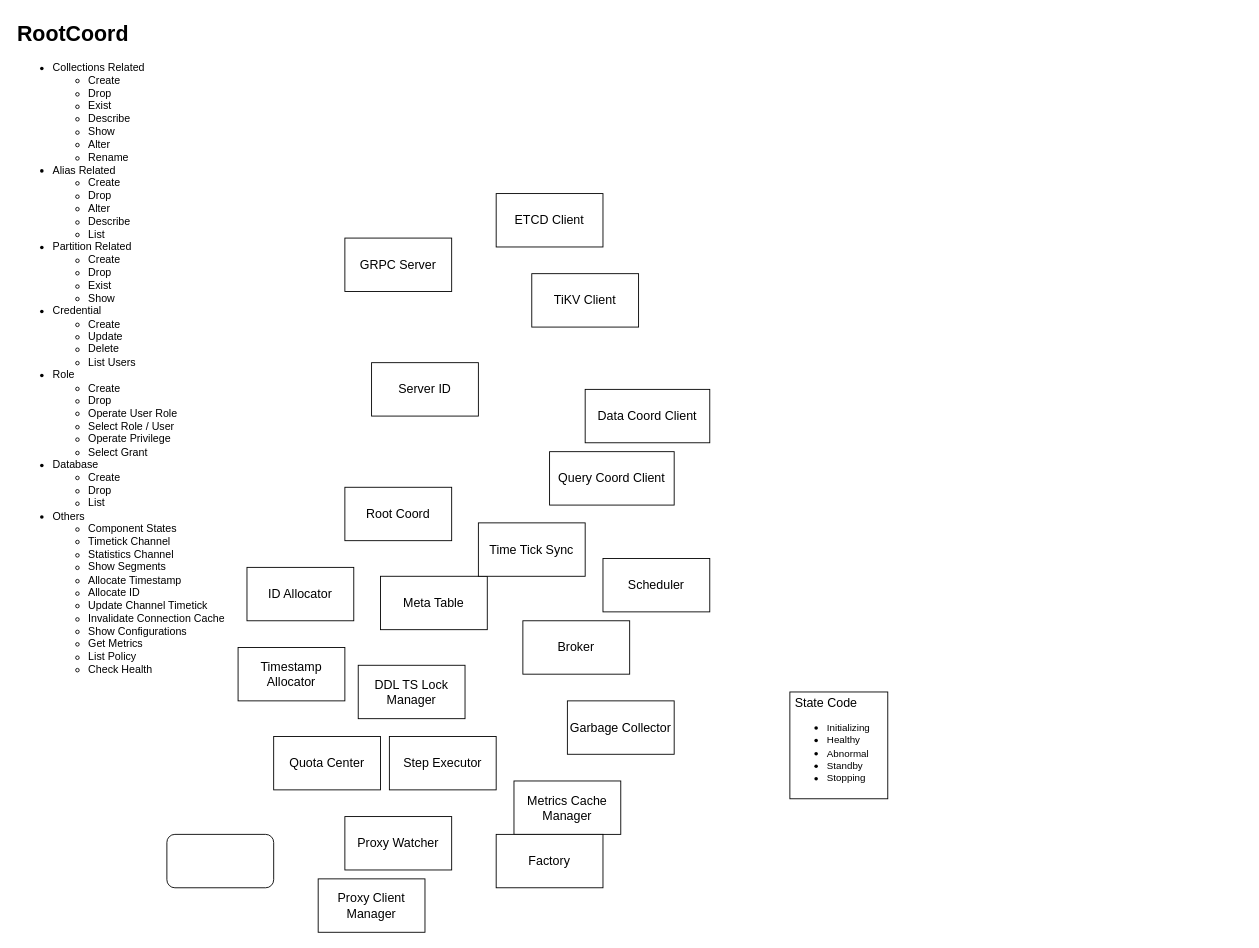
Earlier version of the draw.io diagram MilvusServer.drawio (Reidddddd/drawing). Source tidied: cells renumbered, new cells numbered last; positions are measured from the earlier drawing's top-left corner, leaving out a move shared by most shapes. Both pictures are drawn from the tidied source at 89%, with x=0, y=0 at pixel (15, 15).
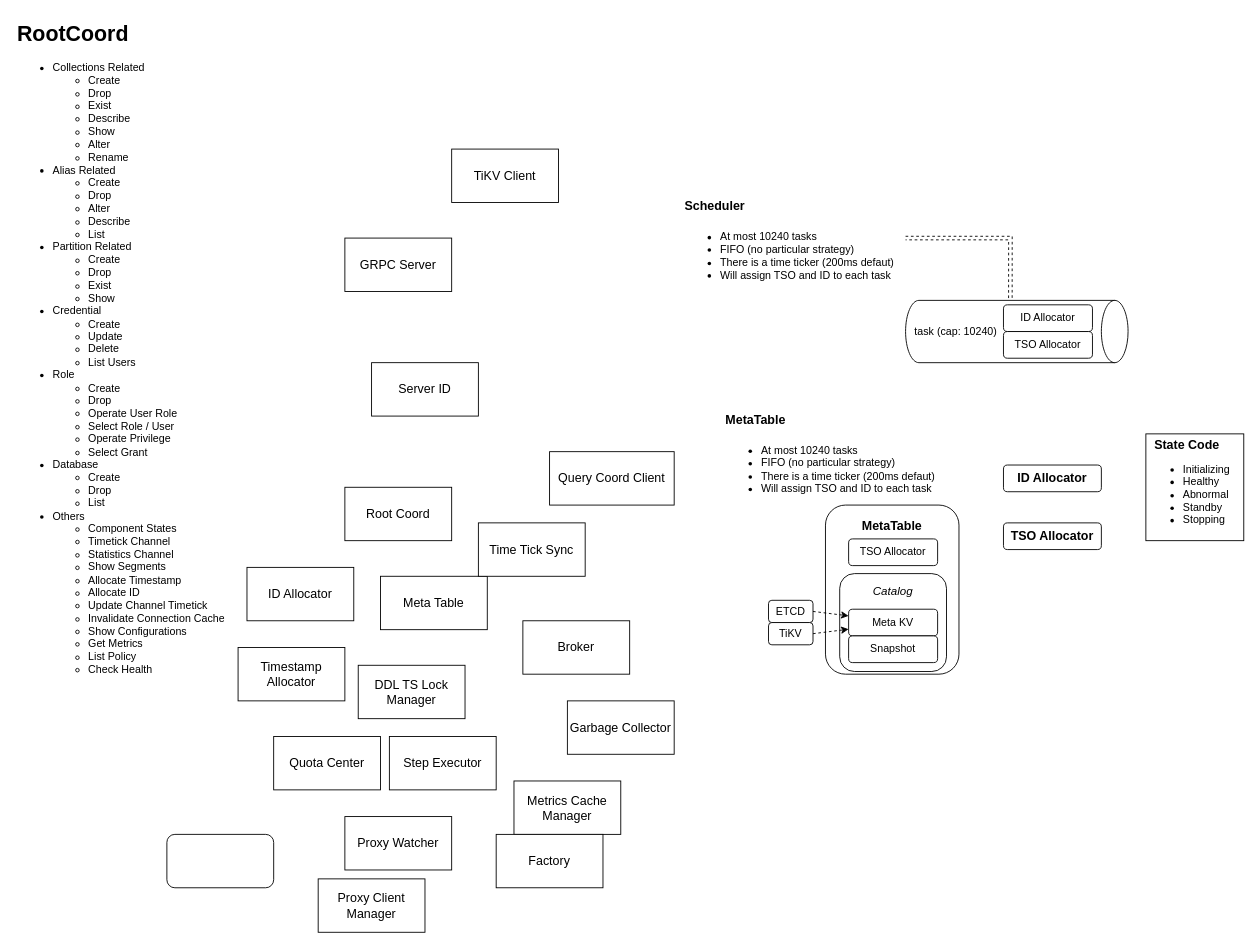
The same diagram, later.

Commit message:
Scheduler deconstruct completed, working on MetaTable

The edit, as a diff of the source:
```diff
@@
+    <mxCell id="26" value="&lt;div&gt;&lt;b style=&quot;&quot;&gt;&lt;font style=&quot;font-size: 14px;&quot;&gt;MetaTable&lt;/font&gt;&lt;/b&gt;&lt;/div&gt;&lt;div&gt;&lt;b&gt;&lt;br&gt;&lt;/b&gt;&lt;/div&gt;&lt;div&gt;&lt;b&gt;&lt;br&gt;&lt;/b&gt;&lt;/div&gt;&lt;div&gt;&lt;b&gt;&lt;br&gt;&lt;/b&gt;&lt;/div&gt;&lt;div&gt;&lt;br&gt;&lt;/div&gt;&lt;div&gt;&lt;br&gt;&lt;/div&gt;&lt;div&gt;&lt;br&gt;&lt;/div&gt;&lt;div&gt;&lt;br&gt;&lt;/div&gt;&lt;div&gt;&lt;br&gt;&lt;/div&gt;&lt;div&gt;&lt;br&gt;&lt;/div&gt;&lt;div&gt;&lt;br&gt;&lt;/div&gt;" style="rounded=1;whiteSpace=wrap;html=1;" parent="1" vertex="1">
+      <mxGeometry x="910" y="550" width="150" height="190" as="geometry" />
+    </mxCell>
+    <mxCell id="27" value="&lt;font style=&quot;font-size: 13px;&quot;&gt;&lt;i&gt;Catalog&lt;/i&gt;&lt;/font&gt;&lt;div&gt;&lt;b&gt;&lt;br&gt;&lt;/b&gt;&lt;/div&gt;&lt;div&gt;&lt;b&gt;&lt;br&gt;&lt;/b&gt;&lt;/div&gt;&lt;div&gt;&lt;b&gt;&lt;br&gt;&lt;/b&gt;&lt;/div&gt;&lt;div&gt;&lt;b&gt;&lt;br&gt;&lt;/b&gt;&lt;/div&gt;&lt;div&gt;&lt;br&gt;&lt;/div&gt;" style="rounded=1;whiteSpace=wrap;html=1;" parent="1" vertex="1">
+      <mxGeometry x="926" y="627" width="120" height="110" as="geometry" />
+    </mxCell>
@@
-    <mxCell id="6" value="&lt;font style=&quot;font-size: 14px;&quot;&gt;ETCD Client&lt;/font&gt;" style="rounded=0;whiteSpace=wrap;html=1;" parent="1" vertex="1">
-      <mxGeometry x="540" y="200" width="120" height="60" as="geometry" />
-    </mxCell>
     <mxCell id="7" value="&lt;font style=&quot;font-size: 14px;&quot;&gt;TiKV Client&lt;/font&gt;" style="rounded=0;whiteSpace=wrap;html=1;" parent="1" vertex="1">
-      <mxGeometry x="580" y="290" width="120" height="60" as="geometry" />
+      <mxGeometry x="490" y="150" width="120" height="60" as="geometry" />
     </mxCell>
-    <mxCell id="8" value="&lt;font style=&quot;font-size: 14px;&quot;&gt;Data Coord Client&lt;/font&gt;" style="rounded=0;whiteSpace=wrap;html=1;" parent="1" vertex="1">
-      <mxGeometry x="640" y="420" width="140" height="60" as="geometry" />
-    </mxCell>
@@
-    <mxCell id="11" value="&lt;font style=&quot;font-size: 14px;&quot;&gt;Scheduler&lt;/font&gt;" style="rounded=0;whiteSpace=wrap;html=1;" parent="1" vertex="1">
-      <mxGeometry x="660" y="610" width="120" height="60" as="geometry" />
-    </mxCell>
@@
-    <mxCell id="23" value="&lt;font style=&quot;font-size: 14px;&quot;&gt;&amp;nbsp;State Code&lt;/font&gt;&lt;div&gt;&lt;ul&gt;&lt;li&gt;&lt;font style=&quot;font-size: 11px;&quot;&gt;Initializing&lt;/font&gt;&lt;/li&gt;&lt;li&gt;&lt;font style=&quot;font-size: 11px;&quot;&gt;Healthy&lt;/font&gt;&lt;/li&gt;&lt;li&gt;&lt;font style=&quot;font-size: 11px;&quot;&gt;Abnormal&lt;/font&gt;&lt;/li&gt;&lt;li&gt;&lt;font style=&quot;font-size: 11px;&quot;&gt;Standby&lt;/font&gt;&lt;/li&gt;&lt;li&gt;&lt;font style=&quot;font-size: 11px;&quot;&gt;Stopping&lt;/font&gt;&lt;/li&gt;&lt;/ul&gt;&lt;/div&gt;" style="rounded=0;whiteSpace=wrap;html=1;align=left;" parent="1" vertex="1">
-      <mxGeometry x="870" y="760" width="110" height="120" as="geometry" />
+    <mxCell id="23" value="&lt;font style=&quot;font-size: 14px;&quot;&gt;&amp;nbsp; &lt;/font&gt;&lt;font style=&quot;font-size: 14px;&quot;&gt;&lt;b&gt;State Code&lt;/b&gt;&lt;/font&gt;&lt;div&gt;&lt;ul&gt;&lt;li&gt;&lt;font style=&quot;font-size: 12px;&quot;&gt;Initializing&lt;/font&gt;&lt;/li&gt;&lt;li&gt;&lt;font style=&quot;font-size: 12px;&quot;&gt;Healthy&lt;/font&gt;&lt;/li&gt;&lt;li&gt;&lt;font style=&quot;font-size: 12px;&quot;&gt;Abnormal&lt;/font&gt;&lt;/li&gt;&lt;li&gt;&lt;font style=&quot;font-size: 12px;&quot;&gt;Standby&lt;/font&gt;&lt;/li&gt;&lt;li&gt;&lt;font style=&quot;font-size: 12px;&quot;&gt;Stopping&lt;/font&gt;&lt;/li&gt;&lt;/ul&gt;&lt;/div&gt;" style="rounded=0;whiteSpace=wrap;html=1;align=left;" parent="1" vertex="1">
+      <mxGeometry x="1270" y="470" width="110" height="120" as="geometry" />
     </mxCell>
@@
+    <mxCell id="28" value="&amp;nbsp;task (cap: 10240)" style="shape=cylinder3;whiteSpace=wrap;html=1;boundedLbl=1;backgroundOutline=1;size=15;direction=south;align=left;" parent="1" vertex="1">
+      <mxGeometry x="1000" y="320" width="250" height="70" as="geometry" />
+    </mxCell>
+    <mxCell id="29" value="&lt;h1 style=&quot;margin-top: 0px;&quot;&gt;&lt;font style=&quot;font-size: 14px;&quot;&gt;Scheduler&lt;/font&gt;&lt;/h1&gt;&lt;p&gt;&lt;/p&gt;&lt;ul&gt;&lt;li&gt;At most 10240 tasks&lt;/li&gt;&lt;li&gt;FIFO (no particular strategy)&lt;/li&gt;&lt;li&gt;There is a time ticker (200ms defaut)&lt;/li&gt;&lt;li&gt;Will assign TSO and ID to each task&lt;/li&gt;&lt;/ul&gt;&lt;p&gt;&lt;/p&gt;" style="text;html=1;whiteSpace=wrap;overflow=hidden;rounded=0;" parent="1" vertex="1">
+      <mxGeometry x="750" y="190" width="250" height="120" as="geometry" />
+    </mxCell>
+    <mxCell id="30" value="&lt;font style=&quot;font-size: 14px;&quot;&gt;&lt;b&gt;ID Allocator&lt;/b&gt;&lt;/font&gt;" style="rounded=1;whiteSpace=wrap;html=1;" parent="1" vertex="1">
+      <mxGeometry x="1110" y="505" width="110" height="30" as="geometry" />
+    </mxCell>
+    <mxCell id="31" value="&lt;font style=&quot;font-size: 14px;&quot;&gt;&lt;b&gt;TSO Allocator&lt;/b&gt;&lt;/font&gt;" style="rounded=1;whiteSpace=wrap;html=1;" parent="1" vertex="1">
+      <mxGeometry x="1110" y="570" width="110" height="30" as="geometry" />
+    </mxCell>
+    <mxCell id="32" style="rounded=0;jettySize=auto;html=1;exitX=1;exitY=0.5;exitDx=0;exitDy=0;entryX=-0.037;entryY=0.529;entryDx=0;entryDy=0;entryPerimeter=0;shape=link;edgeStyle=orthogonalEdgeStyle;dashed=1;" parent="1" edge="1" source="29" target="28">
+      <mxGeometry relative="1" as="geometry" />
+    </mxCell>
+    <mxCell id="33" value="&lt;h1 style=&quot;margin-top: 0px;&quot;&gt;&lt;font style=&quot;font-size: 14px;&quot;&gt;MetaTable&lt;/font&gt;&lt;/h1&gt;&lt;p&gt;&lt;/p&gt;&lt;ul&gt;&lt;li&gt;At most 10240 tasks&lt;/li&gt;&lt;li&gt;FIFO (no particular strategy)&lt;/li&gt;&lt;li&gt;There is a time ticker (200ms defaut)&lt;/li&gt;&lt;li&gt;Will assign TSO and ID to each task&lt;/li&gt;&lt;/ul&gt;&lt;p&gt;&lt;/p&gt;" style="text;html=1;whiteSpace=wrap;overflow=hidden;rounded=0;" parent="1" vertex="1">
+      <mxGeometry x="796" y="430" width="250" height="120" as="geometry" />
+    </mxCell>
+    <mxCell id="34" value="&lt;font style=&quot;font-size: 12px;&quot;&gt;Meta KV&lt;/font&gt;" style="rounded=1;whiteSpace=wrap;html=1;" parent="1" vertex="1">
+      <mxGeometry x="936" y="667" width="100" height="30" as="geometry" />
+    </mxCell>
+    <mxCell id="35" style="rounded=0;jettySize=auto;html=1;exitX=1;exitY=0.5;exitDx=0;exitDy=0;entryX=0;entryY=0.25;entryDx=0;entryDy=0;elbow=vertical;dashed=1;" parent="1" edge="1" source="36" target="34">
+      <mxGeometry relative="1" as="geometry" />
+    </mxCell>
+    <mxCell id="36" value="&lt;font style=&quot;font-size: 12px;&quot;&gt;ETCD&lt;/font&gt;" style="rounded=1;whiteSpace=wrap;html=1;" parent="1" vertex="1">
+      <mxGeometry x="846" y="657" width="50" height="25" as="geometry" />
+    </mxCell>
+    <mxCell id="37" value="&lt;font style=&quot;font-size: 12px;&quot;&gt;TiKV&lt;/font&gt;" style="rounded=1;whiteSpace=wrap;html=1;" parent="1" vertex="1">
+      <mxGeometry x="846" y="682" width="50" height="25" as="geometry" />
+    </mxCell>
+    <mxCell id="38" value="&lt;font style=&quot;font-size: 12px;&quot;&gt;Snapshot&lt;/font&gt;" style="rounded=1;whiteSpace=wrap;html=1;" parent="1" vertex="1">
+      <mxGeometry x="936" y="697" width="100" height="30" as="geometry" />
+    </mxCell>
+    <mxCell id="39" style="rounded=0;jettySize=auto;html=1;exitX=1;exitY=0.5;exitDx=0;exitDy=0;entryX=0;entryY=0.75;entryDx=0;entryDy=0;elbow=vertical;dashed=1;" parent="1" edge="1" source="37" target="34">
+      <mxGeometry relative="1" as="geometry" />
+    </mxCell>
+    <mxCell id="40" value="&lt;font style=&quot;font-size: 12px;&quot;&gt;TSO Allocator&lt;/font&gt;" style="rounded=1;whiteSpace=wrap;html=1;" parent="1" vertex="1">
+      <mxGeometry x="936" y="588" width="100" height="30" as="geometry" />
+    </mxCell>
+    <mxCell id="41" value="&lt;font style=&quot;font-size: 12px;&quot;&gt;TSO Allocator&lt;/font&gt;" style="rounded=1;whiteSpace=wrap;html=1;" parent="1" vertex="1">
+      <mxGeometry x="1110" y="355" width="100" height="30" as="geometry" />
+    </mxCell>
+    <mxCell id="42" value="&lt;font style=&quot;font-size: 12px;&quot;&gt;ID Allocator&lt;/font&gt;" style="rounded=1;whiteSpace=wrap;html=1;" parent="1" vertex="1">
+      <mxGeometry x="1110" y="325" width="100" height="30" as="geometry" />
+    </mxCell>
```
